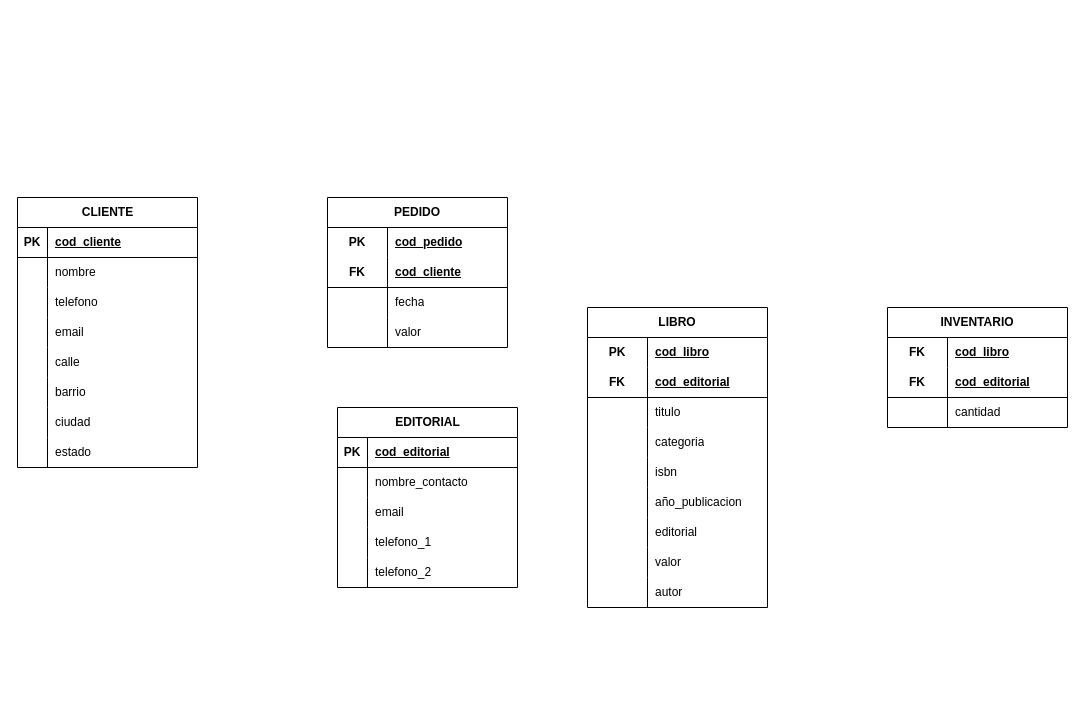
Earlier version of the draw.io diagram Modelo_logico.drawio (Starleen1996/Modelado_Datos). Source tidied: cells renumbered, new cells numbered last; positions are measured from the earlier drawing's top-left corner, leaving out a move shared by most shapes. Both pictures are drawn from the tidied source at 100%, with x=0, y=0 at pixel (17, 197).
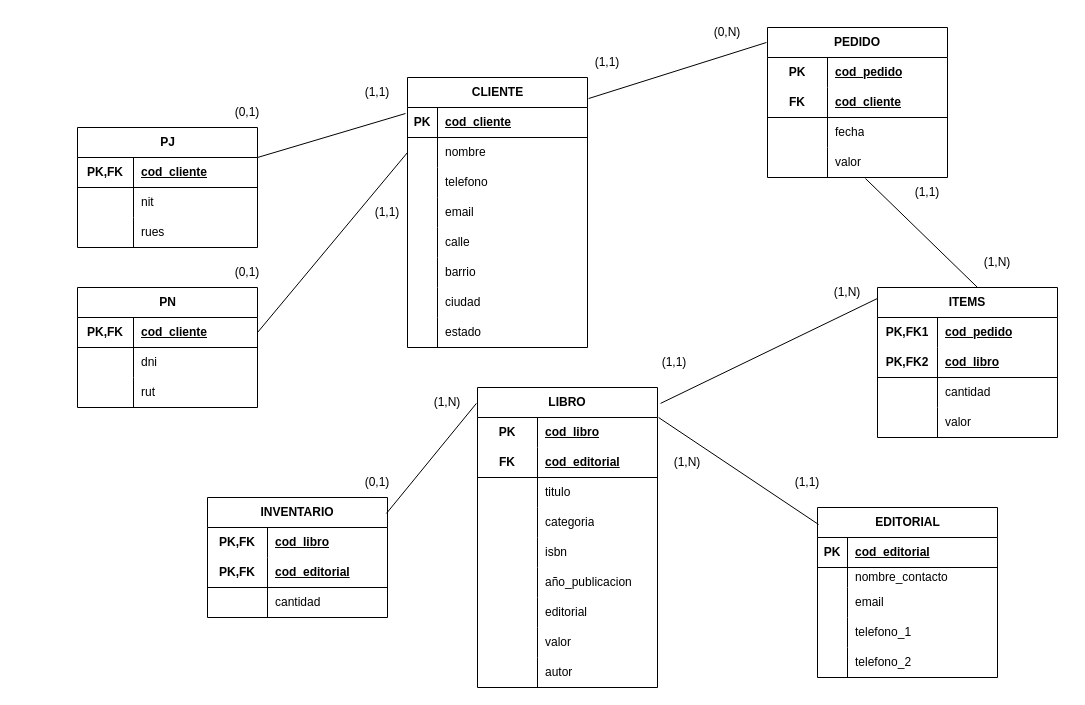
The same page after the edit.

The change refers to these unchanged cells:
```xml
<mxCell id="3" style="shape=tableRow;horizontal=0;startSize=0;swimlaneHead=0;swimlaneBody=0;fillColor=none;points=[[0,0.5],[1,0.5]];portConstraint=eastwest;top=0;left=0;right=0;bottom=1;" parent="2" vertex="1">
  <mxGeometry y="30" width="180" height="30" as="geometry" />
</mxCell>
<mxCell id="6" style="shape=tableRow;horizontal=0;startSize=0;swimlaneHead=0;swimlaneBody=0;fillColor=none;points=[[0,0.5],[1,0.5]];portConstraint=eastwest;top=0;left=0;right=0;bottom=0;" parent="2" vertex="1">
  <mxGeometry y="60" width="180" height="30" as="geometry" />
</mxCell>
<mxCell id="53" style="shape=tableRow;horizontal=0;startSize=0;swimlaneHead=0;swimlaneBody=0;fillColor=none;points=[[0,0.5],[1,0.5]];portConstraint=eastwest;top=0;left=0;right=0;bottom=0;html=1;" parent="43" vertex="1">
  <mxGeometry y="120" width="180" height="30" as="geometry" />
</mxCell>
<mxCell id="57" style="shape=tableRow;horizontal=0;startSize=0;swimlaneHead=0;swimlaneBody=0;fillColor=none;points=[[0,0.5],[1,0.5]];portConstraint=eastwest;top=0;left=0;right=0;bottom=0;html=1;" parent="56" vertex="1">
  <mxGeometry y="30" width="180" height="30" as="geometry" />
</mxCell>
<mxCell id="85" style="shape=tableRow;horizontal=0;startSize=0;swimlaneHead=0;swimlaneBody=0;fillColor=none;top=0;left=0;right=0;bottom=0;html=1;" parent="84" vertex="1">
  <mxGeometry y="30" width="180" height="30" as="geometry" />
</mxCell>
<mxCell id="88" style="shape=tableRow;horizontal=0;startSize=0;swimlaneHead=0;swimlaneBody=0;fillColor=none;top=0;left=0;right=0;bottom=1;html=1;" parent="84" vertex="1">
  <mxGeometry y="60" width="180" height="30" as="geometry" />
</mxCell>
```

What changed in the source:
```diff
@@
     <mxCell id="2" value="CLIENTE" style="shape=table;startSize=30;childLayout=tableLayout;rowLines=0;fontStyle=1;align=center;html=1;" parent="1" vertex="1">
-      <mxGeometry width="180" height="270" as="geometry" />
+      <mxGeometry x="390" y="-120" width="180" height="270" as="geometry" />
     </mxCell>
@@
     <mxCell id="27" value="EDITORIAL" style="shape=table;startSize=30;childLayout=tableLayout;rowLines=0;fontStyle=1;align=center;html=1;" parent="1" vertex="1">
-      <mxGeometry x="320" y="210" width="180" height="180" as="geometry" />
+      <mxGeometry x="800" y="310" width="180" height="170" as="geometry" />
     </mxCell>
@@
     <mxCell id="31" style="shape=tableRow;horizontal=0;startSize=0;swimlaneHead=0;swimlaneBody=0;fillColor=none;top=0;left=0;right=0;bottom=0;" parent="27" vertex="1">
-      <mxGeometry y="60" width="180" height="30" as="geometry" />
+      <mxGeometry y="60" width="180" height="20" as="geometry" />
     </mxCell>
     <mxCell id="32" style="shape=partialRectangle;fillColor=none;top=0;left=0;bottom=0;right=0;overflow=hidden;whiteSpace=wrap;html=1;" parent="31" vertex="1">
-      <mxGeometry width="30" height="30" as="geometry" />
+      <mxGeometry width="30" height="20" as="geometry" />
     </mxCell>
     <mxCell id="33" value="nombre_contacto" style="shape=partialRectangle;fillColor=none;top=0;left=0;bottom=0;right=0;align=left;spacingLeft=6;overflow=hidden;whiteSpace=wrap;html=1;" parent="31" vertex="1">
-      <mxGeometry x="30" width="150" height="30" as="geometry" />
+      <mxGeometry x="30" width="150" height="20" as="geometry" />
     </mxCell>
     <mxCell id="34" style="shape=tableRow;horizontal=0;startSize=0;swimlaneHead=0;swimlaneBody=0;fillColor=none;top=0;left=0;right=0;bottom=0;" parent="27" vertex="1">
-      <mxGeometry y="90" width="180" height="30" as="geometry" />
+      <mxGeometry y="80" width="180" height="30" as="geometry" />
     </mxCell>
@@
     <mxCell id="37" style="shape=tableRow;horizontal=0;startSize=0;swimlaneHead=0;swimlaneBody=0;fillColor=none;top=0;left=0;right=0;bottom=0;" parent="27" vertex="1">
-      <mxGeometry y="120" width="180" height="30" as="geometry" />
+      <mxGeometry y="110" width="180" height="30" as="geometry" />
     </mxCell>
@@
     <mxCell id="40" style="shape=tableRow;horizontal=0;startSize=0;swimlaneHead=0;swimlaneBody=0;fillColor=none;top=0;left=0;right=0;bottom=0;" parent="27" vertex="1">
-      <mxGeometry y="150" width="180" height="30" as="geometry" />
+      <mxGeometry y="140" width="180" height="30" as="geometry" />
     </mxCell>
@@
     <mxCell id="43" value="PEDIDO" style="shape=table;startSize=30;childLayout=tableLayout;rowLines=0;fontStyle=1;align=center;html=1;whiteSpace=wrap;" parent="1" vertex="1">
-      <mxGeometry x="310" width="180" height="150" as="geometry" />
+      <mxGeometry x="750" y="-170" width="180" height="150" as="geometry" />
     </mxCell>
@@
     <mxCell id="56" value="LIBRO" style="shape=table;startSize=30;childLayout=tableLayout;rowLines=0;fontStyle=1;align=center;html=1;whiteSpace=wrap;" parent="1" vertex="1">
-      <mxGeometry x="570" y="110" width="180" height="300" as="geometry" />
+      <mxGeometry x="460" y="190" width="180" height="300" as="geometry" />
     </mxCell>
@@
     <mxCell id="84" value="INVENTARIO" style="shape=table;startSize=30;childLayout=tableLayout;rowLines=0;fontStyle=1;align=center;html=1;whiteSpace=wrap;" parent="1" vertex="1">
-      <mxGeometry x="870" y="110" width="180" height="120" as="geometry" />
+      <mxGeometry x="190" y="300" width="180" height="120" as="geometry" />
     </mxCell>
@@
-    <mxCell id="86" value="FK" style="shape=partialRectangle;fillColor=none;top=0;left=0;bottom=0;right=0;fontStyle=1;overflow=hidden;html=1;whiteSpace=wrap;" parent="85" vertex="1">
+    <mxCell id="86" value="PK,FK" style="shape=partialRectangle;fillColor=none;top=0;left=0;bottom=0;right=0;fontStyle=1;overflow=hidden;html=1;whiteSpace=wrap;" parent="85" vertex="1">
       <mxGeometry width="60" height="30" as="geometry" />
     </mxCell>
@@
-    <mxCell id="89" value="FK" style="shape=partialRectangle;fillColor=none;top=0;left=0;bottom=0;right=0;fontStyle=1;overflow=hidden;html=1;whiteSpace=wrap;" parent="88" vertex="1">
+    <mxCell id="89" value="PK,FK" style="shape=partialRectangle;fillColor=none;top=0;left=0;bottom=0;right=0;fontStyle=1;overflow=hidden;html=1;whiteSpace=wrap;" parent="88" vertex="1">
       <mxGeometry width="60" height="30" as="geometry" />
     </mxCell>
@@
+    <mxCell id="94" value="ITEMS" style="shape=table;startSize=30;childLayout=tableLayout;rowLines=0;fontStyle=1;align=center;html=1;whiteSpace=wrap;" parent="1" vertex="1">
+      <mxGeometry x="860" y="90" width="180" height="150" as="geometry" />
+    </mxCell>
+    <mxCell id="95" style="shape=tableRow;horizontal=0;startSize=0;swimlaneHead=0;swimlaneBody=0;fillColor=none;top=0;left=0;right=0;bottom=0;html=1;" parent="94" vertex="1">
+      <mxGeometry y="30" width="180" height="30" as="geometry" />
+    </mxCell>
+    <mxCell id="96" value="PK,FK1" style="shape=partialRectangle;fillColor=none;top=0;left=0;bottom=0;right=0;fontStyle=1;overflow=hidden;html=1;whiteSpace=wrap;" parent="95" vertex="1">
+      <mxGeometry width="60" height="30" as="geometry" />
+    </mxCell>
+    <mxCell id="97" value="cod_pedido" style="shape=partialRectangle;fillColor=none;top=0;left=0;bottom=0;right=0;align=left;spacingLeft=6;fontStyle=5;overflow=hidden;html=1;whiteSpace=wrap;" parent="95" vertex="1">
+      <mxGeometry x="60" width="120" height="30" as="geometry" />
+    </mxCell>
+    <mxCell id="98" style="shape=tableRow;horizontal=0;startSize=0;swimlaneHead=0;swimlaneBody=0;fillColor=none;top=0;left=0;right=0;bottom=1;html=1;" parent="94" vertex="1">
+      <mxGeometry y="60" width="180" height="30" as="geometry" />
+    </mxCell>
+    <mxCell id="99" value="PK,FK2" style="shape=partialRectangle;fillColor=none;top=0;left=0;bottom=0;right=0;fontStyle=1;overflow=hidden;html=1;whiteSpace=wrap;" parent="98" vertex="1">
+      <mxGeometry width="60" height="30" as="geometry" />
+    </mxCell>
+    <mxCell id="100" value="cod_libro" style="shape=partialRectangle;fillColor=none;top=0;left=0;bottom=0;right=0;align=left;spacingLeft=6;fontStyle=5;overflow=hidden;html=1;whiteSpace=wrap;" parent="98" vertex="1">
+      <mxGeometry x="60" width="120" height="30" as="geometry" />
+    </mxCell>
+    <mxCell id="101" style="shape=tableRow;horizontal=0;startSize=0;swimlaneHead=0;swimlaneBody=0;fillColor=none;top=0;left=0;right=0;bottom=0;html=1;" parent="94" vertex="1">
+      <mxGeometry y="90" width="180" height="30" as="geometry" />
+    </mxCell>
+    <mxCell id="102" style="shape=partialRectangle;fillColor=none;top=0;left=0;bottom=0;right=0;overflow=hidden;html=1;whiteSpace=wrap;" parent="101" vertex="1">
+      <mxGeometry width="60" height="30" as="geometry" />
+    </mxCell>
+    <mxCell id="103" value="cantidad" style="shape=partialRectangle;fillColor=none;top=0;left=0;bottom=0;right=0;align=left;spacingLeft=6;overflow=hidden;html=1;whiteSpace=wrap;" parent="101" vertex="1">
+      <mxGeometry x="60" width="120" height="30" as="geometry" />
+    </mxCell>
+    <mxCell id="104" style="shape=tableRow;horizontal=0;startSize=0;swimlaneHead=0;swimlaneBody=0;fillColor=none;top=0;left=0;right=0;bottom=0;html=1;" parent="94" vertex="1">
+      <mxGeometry y="120" width="180" height="30" as="geometry" />
+    </mxCell>
+    <mxCell id="105" style="shape=partialRectangle;fillColor=none;top=0;left=0;bottom=0;right=0;overflow=hidden;html=1;whiteSpace=wrap;" parent="104" vertex="1">
+      <mxGeometry width="60" height="30" as="geometry" />
+    </mxCell>
+    <mxCell id="106" value="valor" style="shape=partialRectangle;fillColor=none;top=0;left=0;bottom=0;right=0;align=left;spacingLeft=6;overflow=hidden;html=1;whiteSpace=wrap;" parent="104" vertex="1">
+      <mxGeometry x="60" width="120" height="30" as="geometry" />
+    </mxCell>
+    <mxCell id="107" value="PN" style="shape=table;startSize=30;childLayout=tableLayout;rowLines=0;fontStyle=1;align=center;html=1;" parent="1" vertex="1">
+      <mxGeometry x="60" y="90" width="180" height="120" as="geometry" />
+    </mxCell>
+    <mxCell id="108" style="shape=tableRow;horizontal=0;startSize=0;swimlaneHead=0;swimlaneBody=0;fillColor=none;points=[[0,0.5],[1,0.5]];portConstraint=eastwest;top=0;left=0;right=0;bottom=1;" parent="107" vertex="1">
+      <mxGeometry y="30" width="180" height="30" as="geometry" />
+    </mxCell>
+    <mxCell id="109" value="PK,FK" style="shape=partialRectangle;fillColor=none;top=0;left=0;bottom=0;right=0;fontStyle=1;overflow=hidden;whiteSpace=wrap;html=1;" parent="108" vertex="1">
+      <mxGeometry width="56" height="30" as="geometry" />
+    </mxCell>
+    <mxCell id="110" value="cod_cliente" style="shape=partialRectangle;fillColor=none;top=0;left=0;bottom=0;right=0;align=left;spacingLeft=6;fontStyle=5;overflow=hidden;whiteSpace=wrap;html=1;" parent="108" vertex="1">
+      <mxGeometry x="56" width="124" height="30" as="geometry" />
+    </mxCell>
+    <mxCell id="111" style="shape=tableRow;horizontal=0;startSize=0;swimlaneHead=0;swimlaneBody=0;fillColor=none;top=0;left=0;right=0;bottom=0;" parent="107" vertex="1">
+      <mxGeometry y="60" width="180" height="30" as="geometry" />
+    </mxCell>
+    <mxCell id="112" style="shape=partialRectangle;fillColor=none;top=0;left=0;bottom=0;right=0;overflow=hidden;whiteSpace=wrap;html=1;" parent="111" vertex="1">
+      <mxGeometry width="56" height="30" as="geometry" />
+    </mxCell>
+    <mxCell id="113" value="dni" style="shape=partialRectangle;fillColor=none;top=0;left=0;bottom=0;right=0;align=left;spacingLeft=6;overflow=hidden;whiteSpace=wrap;html=1;" parent="111" vertex="1">
+      <mxGeometry x="56" width="124" height="30" as="geometry" />
+    </mxCell>
+    <mxCell id="114" style="shape=tableRow;horizontal=0;startSize=0;swimlaneHead=0;swimlaneBody=0;fillColor=none;top=0;left=0;right=0;bottom=0;" parent="107" vertex="1">
+      <mxGeometry y="90" width="180" height="30" as="geometry" />
+    </mxCell>
+    <mxCell id="115" style="shape=partialRectangle;fillColor=none;top=0;left=0;bottom=0;right=0;overflow=hidden;whiteSpace=wrap;html=1;" parent="114" vertex="1">
+      <mxGeometry width="56" height="30" as="geometry" />
+    </mxCell>
+    <mxCell id="116" value="rut" style="shape=partialRectangle;fillColor=none;top=0;left=0;bottom=0;right=0;align=left;spacingLeft=6;overflow=hidden;whiteSpace=wrap;html=1;" parent="114" vertex="1">
+      <mxGeometry x="56" width="124" height="30" as="geometry" />
+    </mxCell>
+    <mxCell id="117" value="PJ" style="shape=table;startSize=30;childLayout=tableLayout;rowLines=0;fontStyle=1;align=center;html=1;" parent="1" vertex="1">
+      <mxGeometry x="60" y="-70" width="180" height="120" as="geometry" />
+    </mxCell>
+    <mxCell id="118" style="shape=tableRow;horizontal=0;startSize=0;swimlaneHead=0;swimlaneBody=0;fillColor=none;top=0;left=0;right=0;bottom=1;" parent="117" vertex="1">
+      <mxGeometry y="30" width="180" height="30" as="geometry" />
+    </mxCell>
+    <mxCell id="119" value="PK,FK" style="shape=partialRectangle;fillColor=none;top=0;left=0;bottom=0;right=0;fontStyle=1;overflow=hidden;whiteSpace=wrap;html=1;" parent="118" vertex="1">
+      <mxGeometry width="56" height="30" as="geometry" />
+    </mxCell>
+    <mxCell id="120" value="cod_cliente" style="shape=partialRectangle;fillColor=none;top=0;left=0;bottom=0;right=0;align=left;spacingLeft=6;fontStyle=5;overflow=hidden;whiteSpace=wrap;html=1;" parent="118" vertex="1">
+      <mxGeometry x="56" width="124" height="30" as="geometry" />
+    </mxCell>
+    <mxCell id="121" style="shape=tableRow;horizontal=0;startSize=0;swimlaneHead=0;swimlaneBody=0;fillColor=none;top=0;left=0;right=0;bottom=0;" parent="117" vertex="1">
+      <mxGeometry y="60" width="180" height="30" as="geometry" />
+    </mxCell>
+    <mxCell id="122" style="shape=partialRectangle;fillColor=none;top=0;left=0;bottom=0;right=0;overflow=hidden;whiteSpace=wrap;html=1;" parent="121" vertex="1">
+      <mxGeometry width="56" height="30" as="geometry" />
+    </mxCell>
+    <mxCell id="123" value="nit" style="shape=partialRectangle;fillColor=none;top=0;left=0;bottom=0;right=0;align=left;spacingLeft=6;overflow=hidden;whiteSpace=wrap;html=1;" parent="121" vertex="1">
+      <mxGeometry x="56" width="124" height="30" as="geometry" />
+    </mxCell>
+    <mxCell id="124" style="shape=tableRow;horizontal=0;startSize=0;swimlaneHead=0;swimlaneBody=0;fillColor=none;top=0;left=0;right=0;bottom=0;" parent="117" vertex="1">
+      <mxGeometry y="90" width="180" height="30" as="geometry" />
+    </mxCell>
+    <mxCell id="125" style="shape=partialRectangle;fillColor=none;top=0;left=0;bottom=0;right=0;overflow=hidden;whiteSpace=wrap;html=1;" parent="124" vertex="1">
+      <mxGeometry width="56" height="30" as="geometry" />
+    </mxCell>
+    <mxCell id="126" value="rues" style="shape=partialRectangle;fillColor=none;top=0;left=0;bottom=0;right=0;align=left;spacingLeft=6;overflow=hidden;whiteSpace=wrap;html=1;" parent="124" vertex="1">
+      <mxGeometry x="56" width="124" height="30" as="geometry" />
+    </mxCell>
+    <mxCell id="127" style="endArrow=none;html=1;rounded=0;entryX=-0.011;entryY=0.2;entryDx=0;entryDy=0;entryPerimeter=0;exitX=1;exitY=0.25;exitDx=0;exitDy=0;" parent="1" edge="1" source="117" target="3">
+      <mxGeometry relative="1" as="geometry" />
+    </mxCell>
+    <mxCell id="128" style="endArrow=none;html=1;rounded=0;exitX=1;exitY=0.5;exitDx=0;exitDy=0;entryX=0;entryY=0.5;entryDx=0;entryDy=0;" parent="1" edge="1" source="108" target="6">
+      <mxGeometry relative="1" as="geometry" />
+    </mxCell>
+    <mxCell id="129" style="endArrow=none;html=1;rounded=0;exitX=1.006;exitY=0.078;exitDx=0;exitDy=0;entryX=-0.006;entryY=0.1;entryDx=0;entryDy=0;exitPerimeter=0;entryPerimeter=0;" parent="1" edge="1" source="2" target="43">
+      <mxGeometry relative="1" as="geometry" />
+    </mxCell>
+    <mxCell id="130" style="endArrow=none;html=1;rounded=0;exitX=0.544;exitY=1.033;exitDx=0;exitDy=0;entryX=0.556;entryY=0;entryDx=0;entryDy=0;exitPerimeter=0;entryPerimeter=0;" parent="1" edge="1" source="53" target="94">
+      <mxGeometry relative="1" as="geometry" />
+    </mxCell>
+    <mxCell id="131" style="endArrow=none;html=1;rounded=0;exitX=1.017;exitY=0.053;exitDx=0;exitDy=0;entryX=0;entryY=0.073;entryDx=0;entryDy=0;exitPerimeter=0;entryPerimeter=0;" parent="1" edge="1" source="56" target="94">
+      <mxGeometry relative="1" as="geometry" />
+    </mxCell>
+    <mxCell id="132" style="endArrow=none;html=1;rounded=0;exitX=0.994;exitY=0.133;exitDx=0;exitDy=0;entryX=-0.006;entryY=0.053;entryDx=0;entryDy=0;exitPerimeter=0;entryPerimeter=0;" parent="1" edge="1" source="84" target="56">
+      <mxGeometry relative="1" as="geometry" />
+    </mxCell>
+    <mxCell id="133" style="endArrow=none;html=1;rounded=0;exitX=1.006;exitY=0;exitDx=0;exitDy=0;entryX=0.006;entryY=0.1;entryDx=0;entryDy=0;exitPerimeter=0;entryPerimeter=0;" parent="1" edge="1" source="57" target="27">
+      <mxGeometry relative="1" as="geometry" />
+    </mxCell>
+    <mxCell id="134" value="(0,1)" style="text;strokeColor=none;align=center;fillColor=none;html=1;verticalAlign=middle;whiteSpace=wrap;rounded=0;" parent="1" vertex="1">
+      <mxGeometry x="200" y="-100" width="60" height="30" as="geometry" />
+    </mxCell>
+    <mxCell id="135" value="(0,1)" style="text;strokeColor=none;align=center;fillColor=none;html=1;verticalAlign=middle;whiteSpace=wrap;rounded=0;" parent="1" vertex="1">
+      <mxGeometry x="200" y="60" width="60" height="30" as="geometry" />
+    </mxCell>
+    <mxCell id="136" value="(1,1)" style="text;strokeColor=none;align=center;fillColor=none;html=1;verticalAlign=middle;whiteSpace=wrap;rounded=0;" parent="1" vertex="1">
+      <mxGeometry x="330" y="-120" width="60" height="30" as="geometry" />
+    </mxCell>
+    <mxCell id="137" value="(1,1)" style="text;strokeColor=none;align=center;fillColor=none;html=1;verticalAlign=middle;whiteSpace=wrap;rounded=0;" parent="1" vertex="1">
+      <mxGeometry x="340" width="60" height="30" as="geometry" />
+    </mxCell>
+    <mxCell id="138" value="(1,1)" style="text;strokeColor=none;align=center;fillColor=none;html=1;verticalAlign=middle;whiteSpace=wrap;rounded=0;" parent="1" vertex="1">
+      <mxGeometry x="560" y="-150" width="60" height="30" as="geometry" />
+    </mxCell>
+    <mxCell id="139" value="(0,N)" style="text;strokeColor=none;align=center;fillColor=none;html=1;verticalAlign=middle;whiteSpace=wrap;rounded=0;" parent="1" vertex="1">
+      <mxGeometry x="680" y="-180" width="60" height="30" as="geometry" />
+    </mxCell>
+    <mxCell id="140" value="(1,1)" style="text;strokeColor=none;align=center;fillColor=none;html=1;verticalAlign=middle;whiteSpace=wrap;rounded=0;" parent="1" vertex="1">
+      <mxGeometry x="880" y="-20" width="60" height="30" as="geometry" />
+    </mxCell>
+    <mxCell id="141" value="(1,N)" style="text;strokeColor=none;align=center;fillColor=none;html=1;verticalAlign=middle;whiteSpace=wrap;rounded=0;" parent="1" vertex="1">
+      <mxGeometry x="950" y="50" width="60" height="30" as="geometry" />
+    </mxCell>
+    <mxCell id="142" value="(1,1)" style="text;strokeColor=none;align=center;fillColor=none;html=1;verticalAlign=middle;whiteSpace=wrap;rounded=0;" parent="1" vertex="1">
+      <mxGeometry x="627" y="150" width="60" height="30" as="geometry" />
+    </mxCell>
+    <mxCell id="143" value="(1,N)" style="text;strokeColor=none;align=center;fillColor=none;html=1;verticalAlign=middle;whiteSpace=wrap;rounded=0;" parent="1" vertex="1">
+      <mxGeometry x="800" y="80" width="60" height="30" as="geometry" />
+    </mxCell>
+    <mxCell id="144" value="(0,1)" style="text;strokeColor=none;align=center;fillColor=none;html=1;verticalAlign=middle;whiteSpace=wrap;rounded=0;" parent="1" vertex="1">
+      <mxGeometry x="330" y="270" width="60" height="30" as="geometry" />
+    </mxCell>
+    <mxCell id="145" value="(1,N)" style="text;strokeColor=none;align=center;fillColor=none;html=1;verticalAlign=middle;whiteSpace=wrap;rounded=0;" parent="1" vertex="1">
+      <mxGeometry x="400" y="190" width="60" height="30" as="geometry" />
+    </mxCell>
+    <mxCell id="146" value="(1,N)" style="text;strokeColor=none;align=center;fillColor=none;html=1;verticalAlign=middle;whiteSpace=wrap;rounded=0;" parent="1" vertex="1">
+      <mxGeometry x="640" y="250" width="60" height="30" as="geometry" />
+    </mxCell>
+    <mxCell id="147" value="(1,1)" style="text;strokeColor=none;align=center;fillColor=none;html=1;verticalAlign=middle;whiteSpace=wrap;rounded=0;" parent="1" vertex="1">
+      <mxGeometry x="760" y="270" width="60" height="30" as="geometry" />
+    </mxCell>
```
